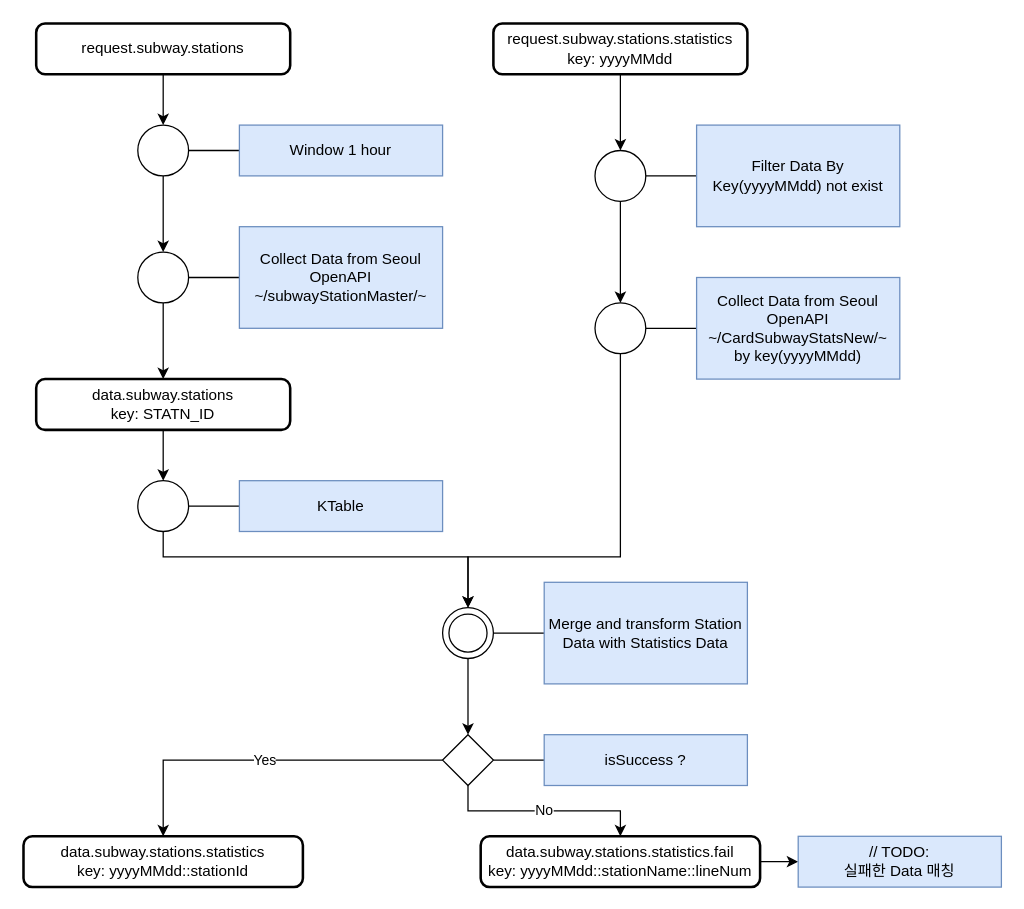
Earlier version of the draw.io diagram subway/subwayTopology.drawio (p-bear/charts.draw.io). Source tidied: cells renumbered, new cells numbered last; positions are measured from the earlier drawing's top-left corner, leaving out a move shared by most shapes. Both pictures are drawn from the tidied source at 127%, with x=0, y=0 at pixel (23, 23).
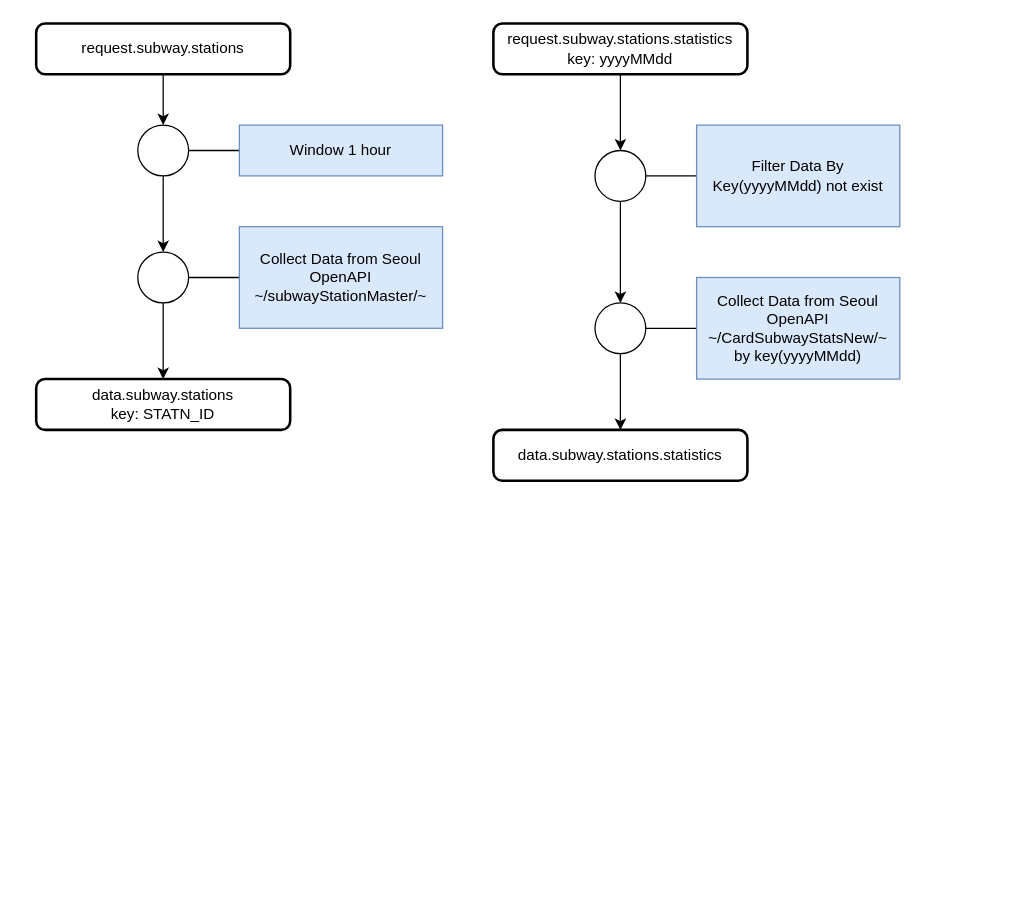
The same diagram, later.

Unchanged cells that the change refers to:
```xml
<mxCell id="9" value="&lt;div&gt;&lt;span style=&quot;background-color: initial;&quot;&gt;data.subway.stations&lt;/span&gt;&lt;br&gt;&lt;/div&gt;&lt;div&gt;&lt;span style=&quot;background-color: initial;&quot;&gt;key: STATN_ID&lt;/span&gt;&lt;/div&gt;" style="rounded=1;whiteSpace=wrap;html=1;absoluteArcSize=1;arcSize=14;strokeWidth=2;" parent="1" vertex="1">
  <mxGeometry x="10" y="280" width="200" height="40" as="geometry" />
</mxCell>
<mxCell id="14" style="shape=ellipse;html=1;dashed=0;whiteSpace=wrap;perimeter=ellipsePerimeter;" parent="13" vertex="1">
  <mxGeometry y="20" width="40" height="40" as="geometry" />
</mxCell>
```

Change to the diagram source:
```diff
@@
-    <mxCell id="8" style="edgeStyle=orthogonalEdgeStyle;rounded=0;jettySize=auto;html=1;entryX=0.5;entryY=0;entryDx=0;entryDy=0;" parent="1" edge="1" source="9" target="23">
-      <mxGeometry relative="1" as="geometry" />
-    </mxCell>
@@
-    <mxCell id="22" style="group;" parent="1" vertex="1">
-      <mxGeometry x="90" y="360" width="240" height="40" as="geometry" />
-    </mxCell>
-    <mxCell id="23" style="shape=ellipse;html=1;dashed=0;whiteSpace=wrap;perimeter=ellipsePerimeter;" parent="22" vertex="1">
-      <mxGeometry width="40" height="40" as="geometry" />
-    </mxCell>
-    <mxCell id="24" style="edgeStyle=orthogonalEdgeStyle;rounded=0;jettySize=auto;html=1;exitX=0;exitY=0.5;exitDx=0;exitDy=0;entryX=1;entryY=0.5;entryDx=0;entryDy=0;endArrow=none;endFill=0;" parent="22" edge="1" source="25" target="23">
-      <mxGeometry relative="1" as="geometry" />
-    </mxCell>
-    <mxCell id="25" value="KTable" style="text;html=1;align=center;verticalAlign=middle;whiteSpace=wrap;rounded=0;fillColor=#dae8fc;strokeColor=#6c8ebf;" parent="22" vertex="1">
-      <mxGeometry x="80" width="160" height="40" as="geometry" />
-    </mxCell>
-    <mxCell id="26" style="edgeStyle=orthogonalEdgeStyle;rounded=0;jettySize=auto;html=1;entryX=0.5;entryY=0;entryDx=0;entryDy=0;" parent="1" edge="1" source="23" target="48">
-      <mxGeometry relative="1" as="geometry">
-        <Array as="points">
-          <mxPoint x="110" y="420" />
-          <mxPoint x="350" y="420" />
-        </Array>
-      </mxGeometry>
-    </mxCell>
-    <mxCell id="27" style="edgeStyle=orthogonalEdgeStyle;rounded=0;jettySize=auto;html=1;entryX=0.5;entryY=0;entryDx=0;entryDy=0;" parent="1" edge="1" source="14" target="48">
-      <mxGeometry relative="1" as="geometry">
-        <Array as="points">
-          <mxPoint x="470" y="420" />
-          <mxPoint x="350" y="420" />
-        </Array>
-      </mxGeometry>
-    </mxCell>
@@
-    <mxCell id="33" value="&lt;div&gt;&lt;span style=&quot;background-color: initial;&quot;&gt;data.subway.stations.statistics&lt;/span&gt;&lt;br&gt;&lt;/div&gt;&lt;div&gt;&lt;span style=&quot;background-color: initial;&quot;&gt;key: yyyyMMdd::stationId&lt;/span&gt;&lt;/div&gt;" style="rounded=1;whiteSpace=wrap;html=1;absoluteArcSize=1;arcSize=14;strokeWidth=2;" parent="1" vertex="1">
-      <mxGeometry y="640" width="220" height="40" as="geometry" />
+    <mxCell id="33" value="&lt;div&gt;&lt;span style=&quot;background-color: initial;&quot;&gt;data.subway.stations.statistics&lt;/span&gt;&lt;/div&gt;" style="rounded=1;whiteSpace=wrap;html=1;absoluteArcSize=1;arcSize=14;strokeWidth=2;" parent="1" vertex="1">
+      <mxGeometry x="370" y="320" width="200" height="40" as="geometry" />
     </mxCell>
-    <mxCell id="34" style="group;" parent="1" vertex="1">
-      <mxGeometry x="330" y="560" width="240" height="40" as="geometry" />
-    </mxCell>
-    <mxCell id="35" style="shape=rhombus;html=1;dashed=0;whiteSpace=wrap;perimeter=rhombusPerimeter;" parent="34" vertex="1">
-      <mxGeometry width="40" height="40" as="geometry" />
-    </mxCell>
-    <mxCell id="36" style="edgeStyle=orthogonalEdgeStyle;rounded=0;jettySize=auto;html=1;exitX=0;exitY=0.5;exitDx=0;exitDy=0;entryX=1;entryY=0.5;entryDx=0;entryDy=0;endArrow=none;endFill=0;" parent="34" edge="1" source="37">
-      <mxGeometry relative="1" as="geometry">
-        <mxPoint x="40" y="20" as="targetPoint" />
-      </mxGeometry>
-    </mxCell>
-    <mxCell id="37" value="isSuccess ?" style="text;html=1;align=center;verticalAlign=middle;whiteSpace=wrap;rounded=0;fillColor=#dae8fc;strokeColor=#6c8ebf;" parent="34" vertex="1">
-      <mxGeometry x="80" width="160" height="40" as="geometry" />
-    </mxCell>
-    <mxCell id="38" style="edgeStyle=orthogonalEdgeStyle;rounded=0;jettySize=auto;html=1;entryX=0;entryY=0.5;entryDx=0;entryDy=0;" parent="1" edge="1" source="39" target="42">
-      <mxGeometry relative="1" as="geometry" />
-    </mxCell>
-    <mxCell id="39" value="&lt;div&gt;&lt;span style=&quot;background-color: initial;&quot;&gt;data.subway.stations.statistics.fail&lt;/span&gt;&lt;br&gt;&lt;/div&gt;&lt;div&gt;key: yyyyMMdd::stationName::lineNum&lt;span style=&quot;background-color: initial;&quot;&gt;&lt;br&gt;&lt;/span&gt;&lt;/div&gt;" style="rounded=1;whiteSpace=wrap;html=1;absoluteArcSize=1;arcSize=14;strokeWidth=2;" parent="1" vertex="1">
-      <mxGeometry x="360" y="640" width="220" height="40" as="geometry" />
-    </mxCell>
-    <mxCell id="40" value="Yes" style="edgeStyle=orthogonalEdgeStyle;rounded=0;jettySize=auto;html=1;entryX=0.5;entryY=0;entryDx=0;entryDy=0;" parent="1" edge="1" source="35" target="33">
-      <mxGeometry relative="1" as="geometry" />
-    </mxCell>
-    <mxCell id="41" value="No" style="edgeStyle=orthogonalEdgeStyle;rounded=0;jettySize=auto;html=1;entryX=0.5;entryY=0;entryDx=0;entryDy=0;" parent="1" edge="1" source="35" target="39">
-      <mxGeometry relative="1" as="geometry" />
-    </mxCell>
-    <mxCell id="42" value="// TODO:&lt;div&gt;실패한 Data 매칭&lt;/div&gt;" style="text;html=1;align=center;verticalAlign=middle;whiteSpace=wrap;rounded=0;fillColor=#dae8fc;strokeColor=#6c8ebf;" parent="1" vertex="1">
-      <mxGeometry x="610" y="640" width="160" height="40" as="geometry" />
-    </mxCell>
-    <mxCell id="43" style="edgeStyle=orthogonalEdgeStyle;rounded=0;jettySize=auto;html=1;entryX=0.5;entryY=0;entryDx=0;entryDy=0;" parent="1" edge="1" source="48" target="35">
-      <mxGeometry relative="1" as="geometry" />
-    </mxCell>
-    <mxCell id="44" style="group;" parent="1" vertex="1">
-      <mxGeometry x="330" y="440" width="240" height="80" as="geometry" />
-    </mxCell>
-    <mxCell id="45" style="edgeStyle=orthogonalEdgeStyle;rounded=0;jettySize=auto;html=1;exitX=0;exitY=0.5;exitDx=0;exitDy=0;entryX=1;entryY=0.5;entryDx=0;entryDy=0;endArrow=none;endFill=0;" parent="44" edge="1" source="46" target="48">
-      <mxGeometry relative="1" as="geometry" />
-    </mxCell>
-    <mxCell id="46" value="Merge and transform Station Data with Statistics Data" style="text;html=1;align=center;verticalAlign=middle;whiteSpace=wrap;rounded=0;fillColor=#dae8fc;strokeColor=#6c8ebf;" parent="44" vertex="1">
-      <mxGeometry x="80" width="160" height="80" as="geometry" />
-    </mxCell>
-    <mxCell id="47" style="group;" parent="44" vertex="1">
-      <mxGeometry y="20" width="40" height="40" as="geometry" />
-    </mxCell>
-    <mxCell id="48" style="shape=ellipse;html=1;dashed=0;whiteSpace=wrap;perimeter=ellipsePerimeter;" parent="47" vertex="1">
-      <mxGeometry width="40" height="40" as="geometry" />
-    </mxCell>
-    <mxCell id="49" style="ellipse;whiteSpace=wrap;html=1;" parent="47" vertex="1">
-      <mxGeometry x="5" y="5" width="30" height="30" as="geometry" />
-    </mxCell>
+    <mxCell id="50" style="edgeStyle=orthogonalEdgeStyle;rounded=0;jettySize=auto;html=1;entryX=0.5;entryY=0;entryDx=0;entryDy=0;" parent="1" edge="1" source="14" target="33">
+      <mxGeometry relative="1" as="geometry" />
+    </mxCell>
```
